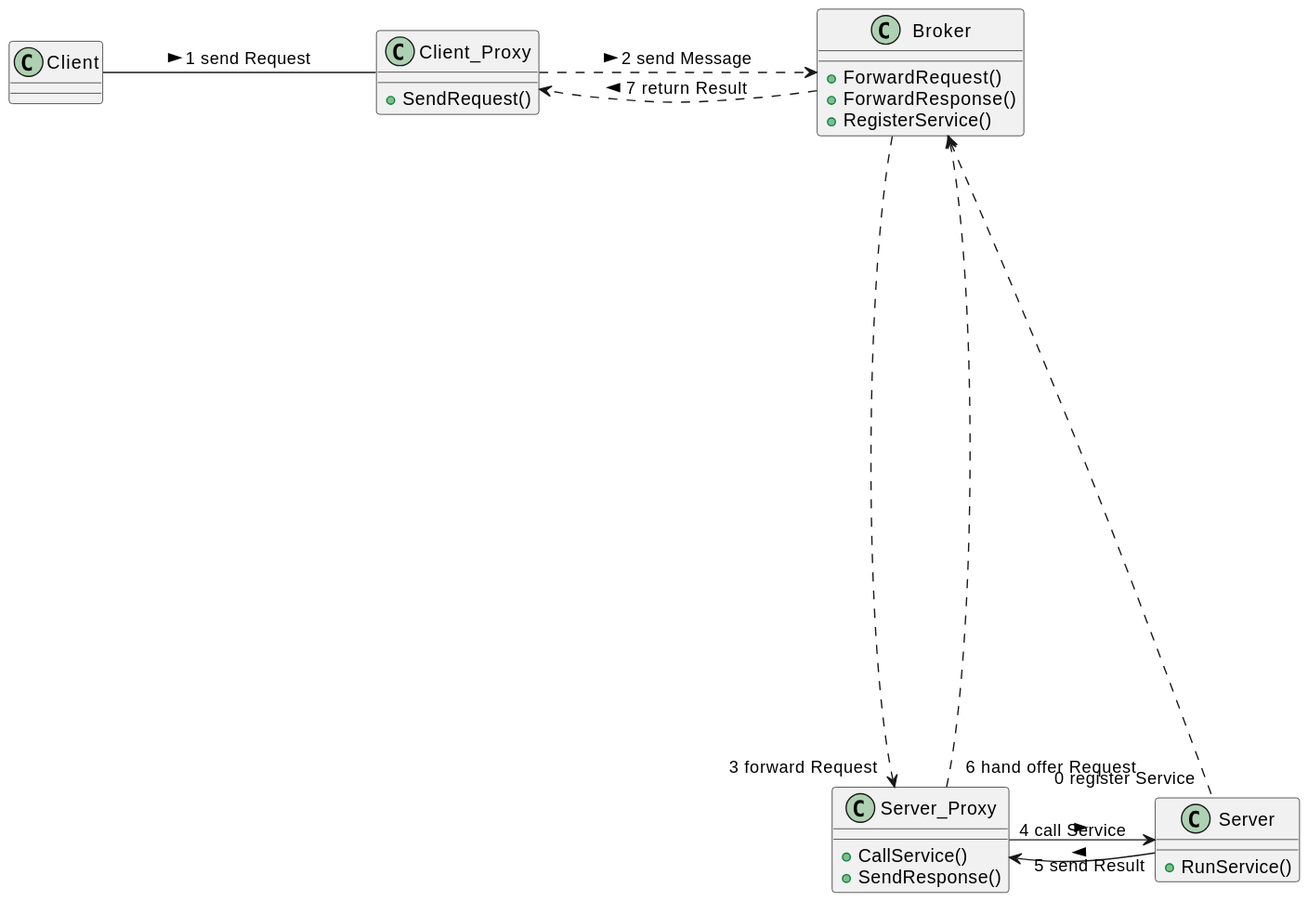
Martin1088/Plantuml-With-Screenreader keeps this PlantUML diagram as out/Projekte/Verbis/BasicBroker/BasicBroker.svg. Above is the earlier version.
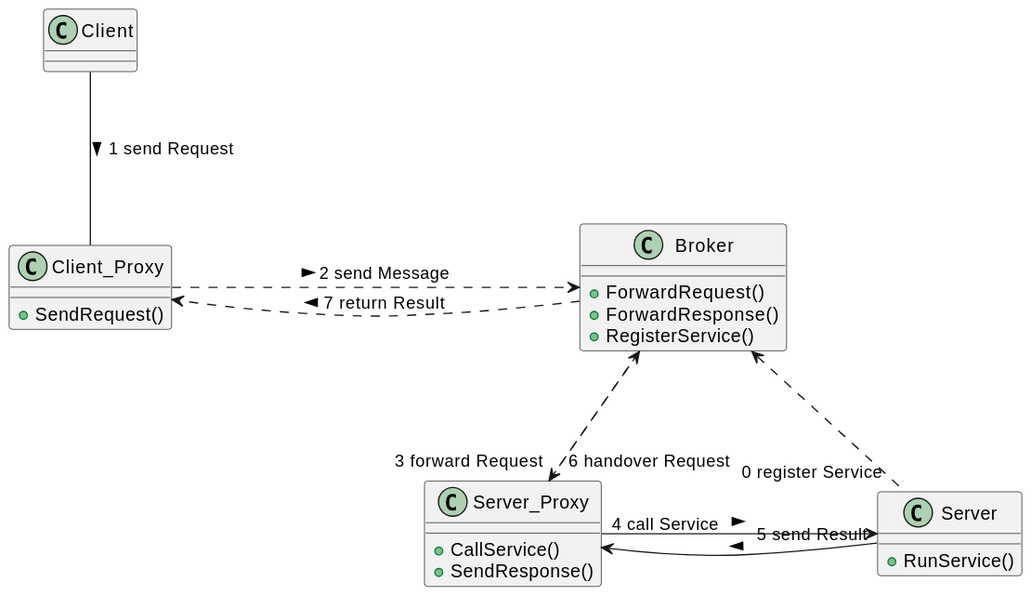
After the change.

The edit, as a diff of the source:
```diff
@@ -1,6 +1,6 @@
 @startuml
-skinparam nodesep 100
-skinparam ranksep 500
+skinparam nodesep 200
+skinparam ranksep 100
 
 class Client{}
 
@@ -22,11 +22,11 @@
 class Server {
     + RunService()
 }
-Client - Client_Proxy : 1 send Request >
+Client -- Client_Proxy : 1 send Request >
 Client_Proxy .> Broker: 2 send Message >
 Broker .> Client_Proxy: 7 return Result  >
-Broker .>"3 forward Request"  Server_Proxy
-Server_Proxy "6 hand offer Request" .> Broker
+Broker .> "3 forward Request"  Server_Proxy
+Server_Proxy "6 handover Request" .> Broker
 Server_Proxy -> Server: "4 call Service" >
 Server -> Server_Proxy:"5 send Result" >
 Broker <.. "0 register Service"  Server
```
